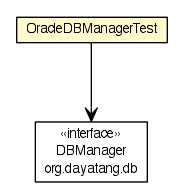
This is testapidocs/org/dayatang/db/oracle/OracleDBManagerTest.png from dayatang/dddlib, a Graphviz export, as it was before one commit. Its source is kept beside it as testapidocs/org/dayatang/db/oracle/OracleDBManagerTest.dot.
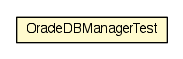
Above is the later version.

Change to the diagram source:
```diff
@@ -4,17 +4,9 @@
 	node [fontname="Helvetica",fontsize=10,shape=plaintext];
 	nodesep=0.25;
 	ranksep=0.5;
-	c36592 [label=<<table title="org.dayatang.db.oracle.OracleDBManagerTest" border="0" cellborder="1" cellspacing="0" cellpadding="2" port="p" bgcolor="lemonChiffon" href="./OracleDBManagerTest.html">
+	c36241 [label=<<table title="org.dayatang.db.oracle.OracleDBManagerTest" border="0" cellborder="1" cellspacing="0" cellpadding="2" port="p" bgcolor="lemonChiffon" href="./OracleDBManagerTest.html">
 		<tr><td><table border="0" cellspacing="0" cellpadding="1">
 <tr><td align="center" balign="center"> OracleDBManagerTest </td></tr>
 		</table></td></tr>
 		</table>>, URL="./OracleDBManagerTest.html", fontname="Helvetica", fontcolor="black", fontsize=10.0];
-	c36592:p -> c36684:p [taillabel="", label=" "headlabel="", fontname="Helvetica", fontcolor="black", fontsize=10.0, color="black", arrowhead=open];
-	c36684 [label=<<table title="org.dayatang.db.DBManager" border="0" cellborder="1" cellspacing="0" cellpadding="2" port="p" href="http://java.sun.com/j2se/1.4.2/docs/api/org/dayatang/db/DBManager.html">
-		<tr><td><table border="0" cellspacing="0" cellpadding="1">
-<tr><td align="center" balign="center"> &#171;interface&#187; </td></tr>
-<tr><td align="center" balign="center"> DBManager </td></tr>
-<tr><td align="center" balign="center"> org.dayatang.db </td></tr>
-		</table></td></tr>
-		</table>>, URL="http://java.sun.com/j2se/1.4.2/docs/api/org/dayatang/db/DBManager.html", fontname="Helvetica", fontcolor="black", fontsize=10.0];
 }
```
